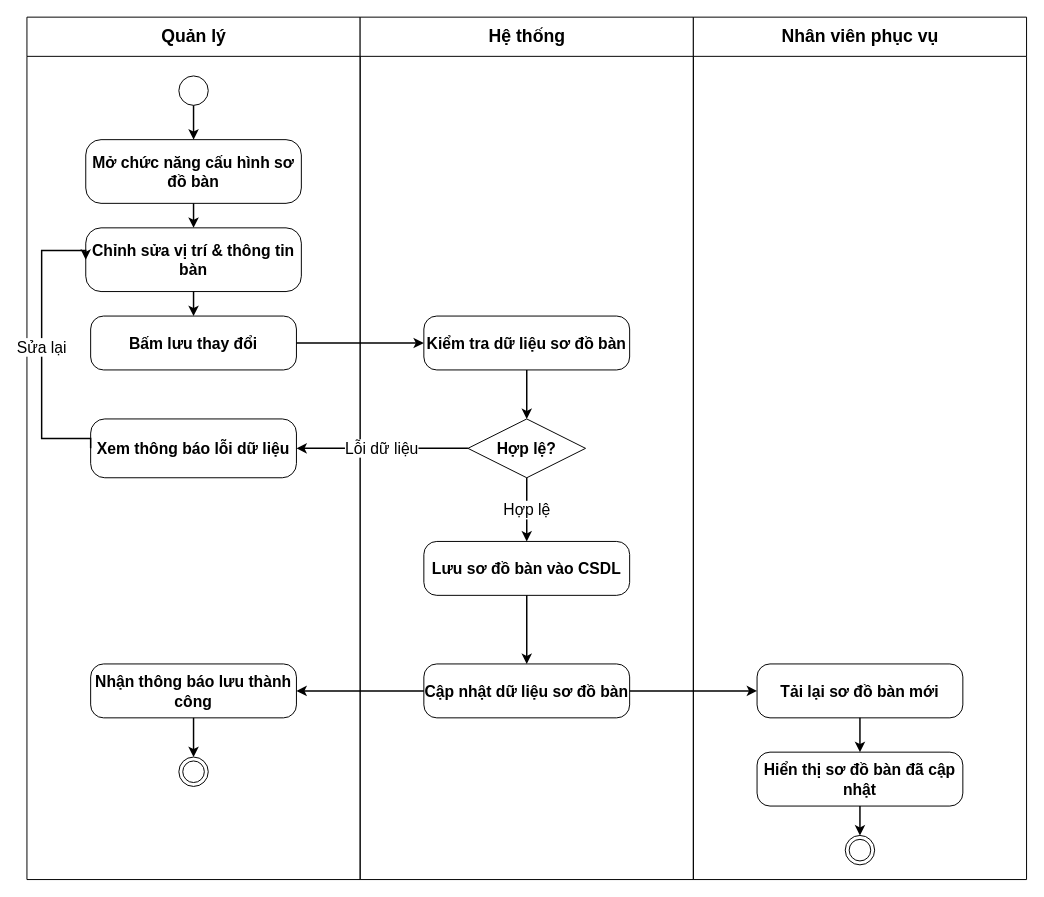
Above: docs/phase1/drawio/ad08_floor_plan.drawio in AndrewQng/VinDining (draw.io), before the change. Source tidied: cells renumbered, new cells numbered last; positions are measured from the earlier drawing's top-left corner, leaving out a move shared by most shapes. Both pictures are drawn from the tidied source at 98%, with x=0, y=0 at pixel (26, 17).
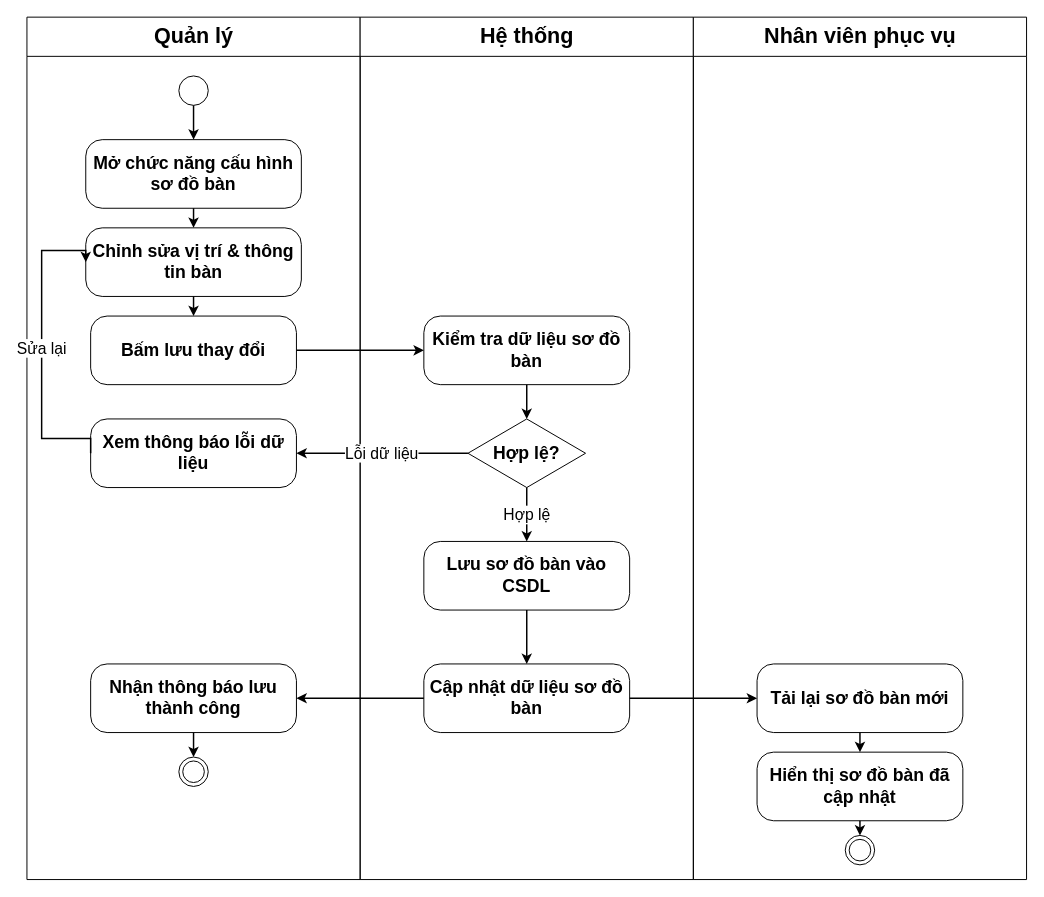
The same page after the edit.

What changed in the source:
```diff
@@
-    <mxCell id="2" value="Quản lý" style="swimlane;html=1;startSize=40;horizontal=1;fontStyle=1;fontSize=18;align=center;verticalAlign=middle;swimlaneLine=1;" parent="1" vertex="1">
+    <mxCell id="2" value="Quản lý" style="swimlane;html=1;startSize=40;horizontal=1;fontStyle=1;fontSize=22;align=center;verticalAlign=middle;swimlaneLine=1;" parent="1" vertex="1">
       <mxGeometry width="340" height="880" as="geometry" />
     </mxCell>
@@
-    <mxCell id="4" value="Mở chức năng cấu hình sơ đồ bàn" style="rounded=1;arcSize=24;whiteSpace=wrap;html=1;fontStyle=1;fontSize=16;align=center;verticalAlign=middle;" parent="2" vertex="1">
-      <mxGeometry x="60" y="125" width="220" height="65" as="geometry" />
+    <mxCell id="4" value="Mở chức năng cấu hình sơ đồ bàn" style="rounded=1;arcSize=24;whiteSpace=wrap;html=1;fontStyle=1;fontSize=18;align=center;verticalAlign=middle;" parent="2" vertex="1">
+      <mxGeometry x="60" y="125" width="220" height="70" as="geometry" />
     </mxCell>
-    <mxCell id="5" value="Chỉnh sửa vị trí &amp;amp; thông tin bàn" style="rounded=1;arcSize=24;whiteSpace=wrap;html=1;fontStyle=1;fontSize=16;align=center;verticalAlign=middle;" parent="2" vertex="1">
-      <mxGeometry x="60" y="215" width="220" height="65" as="geometry" />
+    <mxCell id="5" value="Chỉnh sửa vị trí &amp;amp; thông tin bàn" style="rounded=1;arcSize=24;whiteSpace=wrap;html=1;fontStyle=1;fontSize=18;align=center;verticalAlign=middle;" parent="2" vertex="1">
+      <mxGeometry x="60" y="215" width="220" height="70" as="geometry" />
     </mxCell>
-    <mxCell id="6" value="Bấm lưu thay đổi" style="rounded=1;arcSize=24;whiteSpace=wrap;html=1;fontStyle=1;fontSize=16;align=center;verticalAlign=middle;" parent="2" vertex="1">
-      <mxGeometry x="65" y="305" width="210" height="55" as="geometry" />
+    <mxCell id="6" value="Bấm lưu thay đổi" style="rounded=1;arcSize=24;whiteSpace=wrap;html=1;fontStyle=1;fontSize=18;align=center;verticalAlign=middle;" parent="2" vertex="1">
+      <mxGeometry x="65" y="305" width="210" height="70" as="geometry" />
     </mxCell>
-    <mxCell id="7" value="Xem thông báo lỗi dữ liệu" style="rounded=1;arcSize=24;whiteSpace=wrap;html=1;fontStyle=1;fontSize=16;align=center;verticalAlign=middle;" parent="2" vertex="1">
-      <mxGeometry x="65" y="410" width="210" height="60" as="geometry" />
+    <mxCell id="7" value="Xem thông báo lỗi dữ liệu" style="rounded=1;arcSize=24;whiteSpace=wrap;html=1;fontStyle=1;fontSize=18;align=center;verticalAlign=middle;" parent="2" vertex="1">
+      <mxGeometry x="65" y="410" width="210" height="70" as="geometry" />
     </mxCell>
-    <mxCell id="8" value="Nhận thông báo lưu thành công" style="rounded=1;arcSize=24;whiteSpace=wrap;html=1;fontStyle=1;fontSize=16;align=center;verticalAlign=middle;" parent="2" vertex="1">
-      <mxGeometry x="65" y="660" width="210" height="55" as="geometry" />
+    <mxCell id="8" value="Nhận thông báo lưu thành công" style="rounded=1;arcSize=24;whiteSpace=wrap;html=1;fontStyle=1;fontSize=18;align=center;verticalAlign=middle;" parent="2" vertex="1">
+      <mxGeometry x="65" y="660" width="210" height="70" as="geometry" />
     </mxCell>
@@
-    <mxCell id="10" value="Hệ thống" style="swimlane;html=1;startSize=40;horizontal=1;fontStyle=1;fontSize=18;align=center;verticalAlign=middle;swimlaneLine=1;" parent="1" vertex="1">
+    <mxCell id="10" value="Hệ thống" style="swimlane;html=1;startSize=40;horizontal=1;fontStyle=1;fontSize=22;align=center;verticalAlign=middle;swimlaneLine=1;" parent="1" vertex="1">
       <mxGeometry x="340" width="340" height="880" as="geometry" />
     </mxCell>
-    <mxCell id="11" value="Kiểm tra dữ liệu sơ đồ bàn" style="rounded=1;arcSize=24;whiteSpace=wrap;html=1;fontStyle=1;fontSize=16;align=center;verticalAlign=middle;" parent="10" vertex="1">
-      <mxGeometry x="65" y="305" width="210" height="55" as="geometry" />
+    <mxCell id="11" value="Kiểm tra dữ liệu sơ đồ bàn" style="rounded=1;arcSize=24;whiteSpace=wrap;html=1;fontStyle=1;fontSize=18;align=center;verticalAlign=middle;" parent="10" vertex="1">
+      <mxGeometry x="65" y="305" width="210" height="70" as="geometry" />
     </mxCell>
-    <mxCell id="12" value="Hợp lệ?" style="rhombus;whiteSpace=wrap;html=1;fontStyle=1;fontSize=16;align=center;verticalAlign=middle;" parent="10" vertex="1">
-      <mxGeometry x="110" y="410" width="120" height="60" as="geometry" />
+    <mxCell id="12" value="Hợp lệ?" style="rhombus;whiteSpace=wrap;html=1;fontStyle=1;fontSize=18;align=center;verticalAlign=middle;" parent="10" vertex="1">
+      <mxGeometry x="110" y="410" width="120" height="70" as="geometry" />
     </mxCell>
-    <mxCell id="13" value="Lưu sơ đồ bàn vào CSDL" style="rounded=1;arcSize=24;whiteSpace=wrap;html=1;fontStyle=1;fontSize=16;align=center;verticalAlign=middle;" parent="10" vertex="1">
-      <mxGeometry x="65" y="535" width="210" height="55" as="geometry" />
+    <mxCell id="13" value="Lưu sơ đồ bàn vào CSDL" style="rounded=1;arcSize=24;whiteSpace=wrap;html=1;fontStyle=1;fontSize=18;align=center;verticalAlign=middle;" parent="10" vertex="1">
+      <mxGeometry x="65" y="535" width="210" height="70" as="geometry" />
     </mxCell>
-    <mxCell id="14" value="Cập nhật dữ liệu sơ đồ bàn" style="rounded=1;arcSize=24;whiteSpace=wrap;html=1;fontStyle=1;fontSize=16;align=center;verticalAlign=middle;" parent="10" vertex="1">
-      <mxGeometry x="65" y="660" width="210" height="55" as="geometry" />
+    <mxCell id="14" value="Cập nhật dữ liệu sơ đồ bàn" style="rounded=1;arcSize=24;whiteSpace=wrap;html=1;fontStyle=1;fontSize=18;align=center;verticalAlign=middle;" parent="10" vertex="1">
+      <mxGeometry x="65" y="660" width="210" height="70" as="geometry" />
     </mxCell>
-    <mxCell id="15" value="Nhân viên phục vụ" style="swimlane;html=1;startSize=40;horizontal=1;fontStyle=1;fontSize=18;align=center;verticalAlign=middle;swimlaneLine=1;" parent="1" vertex="1">
+    <mxCell id="15" value="Nhân viên phục vụ" style="swimlane;html=1;startSize=40;horizontal=1;fontStyle=1;fontSize=22;align=center;verticalAlign=middle;swimlaneLine=1;" parent="1" vertex="1">
       <mxGeometry x="680" width="340" height="880" as="geometry" />
     </mxCell>
-    <mxCell id="16" value="Tải lại sơ đồ bàn mới" style="rounded=1;arcSize=24;whiteSpace=wrap;html=1;fontStyle=1;fontSize=16;align=center;verticalAlign=middle;" parent="15" vertex="1">
-      <mxGeometry x="65" y="660" width="210" height="55" as="geometry" />
+    <mxCell id="16" value="Tải lại sơ đồ bàn mới" style="rounded=1;arcSize=24;whiteSpace=wrap;html=1;fontStyle=1;fontSize=18;align=center;verticalAlign=middle;" parent="15" vertex="1">
+      <mxGeometry x="65" y="660" width="210" height="70" as="geometry" />
     </mxCell>
-    <mxCell id="17" value="Hiển thị sơ đồ bàn đã cập nhật" style="rounded=1;arcSize=24;whiteSpace=wrap;html=1;fontStyle=1;fontSize=16;align=center;verticalAlign=middle;" parent="15" vertex="1">
-      <mxGeometry x="65" y="750" width="210" height="55" as="geometry" />
+    <mxCell id="17" value="Hiển thị sơ đồ bàn đã cập nhật" style="rounded=1;arcSize=24;whiteSpace=wrap;html=1;fontStyle=1;fontSize=18;align=center;verticalAlign=middle;" parent="15" vertex="1">
+      <mxGeometry x="65" y="750" width="210" height="70" as="geometry" />
     </mxCell>
```
